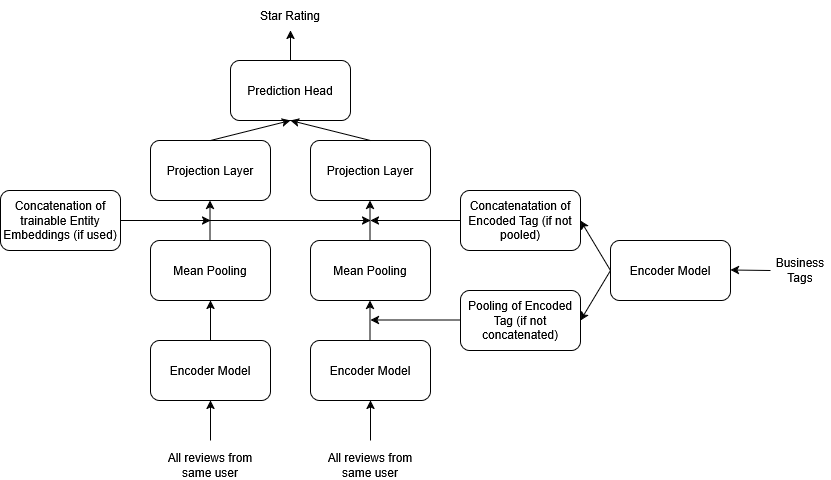
Above: readme_images/architecture.png in symptl/yelp-two-tower-recommender (draw.io), before the change. Source tidied: cells renumbered, new cells last; positions are measured from the earlier drawing's top-left corner, leaving out a move shared by most shapes.
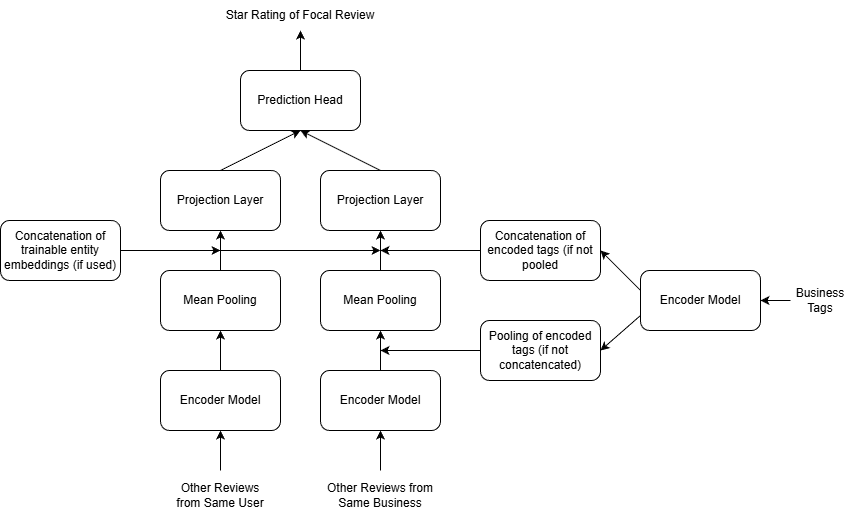
After the commit.

What changed in the source:
```diff
@@ -2,140 +2,137 @@
   <root>
     <mxCell id="0" />
     <mxCell id="1" parent="0" />
+    <mxCell id="33" value="Mean Pooling" style="rounded=1;whiteSpace=wrap;html=1;" parent="1" vertex="1">
+      <mxGeometry x="230" y="260" width="120" height="60" as="geometry" />
+    </mxCell>
+    <mxCell id="34" value="Encoder Model" style="rounded=1;whiteSpace=wrap;html=1;" parent="1" vertex="1">
+      <mxGeometry x="230" y="360" width="120" height="60" as="geometry" />
+    </mxCell>
+    <mxCell id="35" value="Projection Layer" style="rounded=1;whiteSpace=wrap;html=1;" parent="1" vertex="1">
+      <mxGeometry x="230" y="160" width="120" height="60" as="geometry" />
+    </mxCell>
     <mxCell id="2" value="Prediction Head" style="rounded=1;whiteSpace=wrap;html=1;" parent="1" vertex="1">
-      <mxGeometry x="230" y="60" width="120" height="60" as="geometry" />
+      <mxGeometry x="310" y="60" width="120" height="60" as="geometry" />
     </mxCell>
-    <mxCell id="3" value="&lt;div&gt;Mean Pooling&lt;/div&gt;" style="rounded=1;whiteSpace=wrap;html=1;" parent="1" vertex="1">
-      <mxGeometry x="150" y="240" width="120" height="60" as="geometry" />
-    </mxCell>
-    <mxCell id="4" value="Projection Layer" style="rounded=1;whiteSpace=wrap;html=1;" parent="1" vertex="1">
-      <mxGeometry x="150" y="140" width="120" height="60" as="geometry" />
-    </mxCell>
-    <mxCell id="5" value="Encoder Model" style="rounded=1;whiteSpace=wrap;html=1;" parent="1" vertex="1">
-      <mxGeometry x="150" y="340" width="120" height="60" as="geometry" />
-    </mxCell>
-    <mxCell id="6" value="&lt;div&gt;Mean Pooling&lt;/div&gt;" style="rounded=1;whiteSpace=wrap;html=1;" parent="1" vertex="1">
-      <mxGeometry x="310" y="240" width="120" height="60" as="geometry" />
-    </mxCell>
-    <mxCell id="7" value="Projection Layer" style="rounded=1;whiteSpace=wrap;html=1;" parent="1" vertex="1">
-      <mxGeometry x="310" y="140" width="120" height="60" as="geometry" />
-    </mxCell>
-    <mxCell id="8" value="Encoder Model" style="rounded=1;whiteSpace=wrap;html=1;" parent="1" vertex="1">
-      <mxGeometry x="310" y="340" width="120" height="60" as="geometry" />
-    </mxCell>
-    <mxCell id="9" value="Concatenatation of Encoded Tag (if not pooled)" style="rounded=1;whiteSpace=wrap;html=1;" parent="1" vertex="1">
-      <mxGeometry x="460" y="190" width="120" height="60" as="geometry" />
-    </mxCell>
-    <mxCell id="10" value="Concatenation of trainable Entity Embeddings (if used)" style="rounded=1;whiteSpace=wrap;html=1;" parent="1" vertex="1">
-      <mxGeometry y="190" width="120" height="60" as="geometry" />
-    </mxCell>
-    <mxCell id="11" value="Pooling of Encoded Tag (if not concatenated)" style="rounded=1;whiteSpace=wrap;html=1;" parent="1" vertex="1">
-      <mxGeometry x="460" y="290" width="120" height="60" as="geometry" />
-    </mxCell>
-    <mxCell id="12" value="Encoder Model" style="rounded=1;whiteSpace=wrap;html=1;" parent="1" vertex="1">
-      <mxGeometry x="610" y="240" width="120" height="60" as="geometry" />
-    </mxCell>
+    <mxCell id="36" value="Concatenation of trainable entity embeddings (if used)" style="rounded=1;whiteSpace=wrap;html=1;" parent="1" vertex="1">
+      <mxGeometry x="70" y="210" width="120" height="60" as="geometry" />
+    </mxCell>
+    <mxCell id="37" value="Mean Pooling" style="rounded=1;whiteSpace=wrap;html=1;" parent="1" vertex="1">
+      <mxGeometry x="390" y="260" width="120" height="60" as="geometry" />
+    </mxCell>
+    <mxCell id="38" value="Encoder Model" style="rounded=1;whiteSpace=wrap;html=1;" parent="1" vertex="1">
+      <mxGeometry x="390" y="360" width="120" height="60" as="geometry" />
+    </mxCell>
+    <mxCell id="39" value="Projection Layer" style="rounded=1;whiteSpace=wrap;html=1;" parent="1" vertex="1">
+      <mxGeometry x="390" y="160" width="120" height="60" as="geometry" />
+    </mxCell>
+    <mxCell id="40" value="Concatenation of encoded tags (if not pooled" style="rounded=1;whiteSpace=wrap;html=1;" parent="1" vertex="1">
+      <mxGeometry x="550" y="210" width="120" height="60" as="geometry" />
+    </mxCell>
+    <mxCell id="41" value="Pooling of encoded tags (if not concatencated)" style="rounded=1;whiteSpace=wrap;html=1;" parent="1" vertex="1">
+      <mxGeometry x="550" y="310" width="120" height="60" as="geometry" />
+    </mxCell>
+    <mxCell id="42" value="Encoder Model" style="rounded=1;whiteSpace=wrap;html=1;" parent="1" vertex="1">
+      <mxGeometry x="710" y="260" width="120" height="60" as="geometry" />
+    </mxCell>
     <mxCell id="13" value="Business Tags" style="text;html=1;whiteSpace=wrap;strokeColor=none;fillColor=none;align=center;verticalAlign=middle;rounded=0;" parent="1" vertex="1">
-      <mxGeometry x="770" y="255" width="60" height="30" as="geometry" />
+      <mxGeometry x="860" y="275" width="60" height="30" as="geometry" />
     </mxCell>
-    <mxCell id="14" value="Star Rating" style="text;html=1;whiteSpace=wrap;strokeColor=none;fillColor=none;align=center;verticalAlign=middle;rounded=0;" parent="1" vertex="1">
-      <mxGeometry x="250" width="80" height="30" as="geometry" />
-    </mxCell>
-    <mxCell id="15" style="endArrow=classic;html=1;rounded=0;" parent="1" edge="1">
-      <mxGeometry relative="1" as="geometry">
-        <mxPoint x="210" y="440" as="sourcePoint" />
-        <mxPoint x="210" y="400" as="targetPoint" />
-      </mxGeometry>
-    </mxCell>
-    <mxCell id="16" value="All reviews from same user" style="text;html=1;whiteSpace=wrap;strokeColor=none;fillColor=none;align=center;verticalAlign=middle;rounded=0;" parent="1" vertex="1">
-      <mxGeometry x="160" y="450" width="100" height="30" as="geometry" />
-    </mxCell>
-    <mxCell id="17" style="endArrow=classic;html=1;rounded=0;" parent="1" edge="1">
-      <mxGeometry relative="1" as="geometry">
-        <mxPoint x="370" y="440" as="sourcePoint" />
-        <mxPoint x="370" y="400" as="targetPoint" />
-      </mxGeometry>
-    </mxCell>
-    <mxCell id="18" value="All reviews from same user" style="text;html=1;whiteSpace=wrap;strokeColor=none;fillColor=none;align=center;verticalAlign=middle;rounded=0;" parent="1" vertex="1">
-      <mxGeometry x="320" y="450" width="100" height="30" as="geometry" />
-    </mxCell>
-    <mxCell id="19" style="endArrow=classic;html=1;rounded=0;entryX=0.5;entryY=1;entryDx=0;entryDy=0;" parent="1" edge="1" target="14">
-      <mxGeometry relative="1" as="geometry">
-        <mxPoint x="290" y="60" as="sourcePoint" />
-      </mxGeometry>
-    </mxCell>
-    <mxCell id="20" style="endArrow=classic;html=1;rounded=0;entryX=0.5;entryY=1;entryDx=0;entryDy=0;" parent="1" edge="1" target="3">
-      <mxGeometry relative="1" as="geometry">
-        <mxPoint x="210" y="340" as="sourcePoint" />
-      </mxGeometry>
-    </mxCell>
-    <mxCell id="21" style="endArrow=classic;html=1;rounded=0;" parent="1" edge="1">
-      <mxGeometry relative="1" as="geometry">
-        <mxPoint x="369.5" y="340" as="sourcePoint" />
-        <mxPoint x="369.5" y="300" as="targetPoint" />
-        <Array as="points">
-          <mxPoint x="369.5" y="320" />
-        </Array>
-      </mxGeometry>
-    </mxCell>
-    <mxCell id="22" style="endArrow=classic;html=1;rounded=0;" parent="1" edge="1">
-      <mxGeometry relative="1" as="geometry">
-        <mxPoint x="209.5" y="240" as="sourcePoint" />
-        <mxPoint x="209.5" y="200" as="targetPoint" />
-      </mxGeometry>
-    </mxCell>
-    <mxCell id="23" style="endArrow=classic;html=1;rounded=0;" parent="1" edge="1">
-      <mxGeometry relative="1" as="geometry">
-        <mxPoint x="369.5" y="240" as="sourcePoint" />
-        <mxPoint x="369.5" y="200" as="targetPoint" />
-      </mxGeometry>
-    </mxCell>
-    <mxCell id="24" style="endArrow=classic;html=1;rounded=0;" parent="1" edge="1">
-      <mxGeometry relative="1" as="geometry">
-        <mxPoint x="120" y="220" as="sourcePoint" />
-        <mxPoint x="370" y="220" as="targetPoint" />
-      </mxGeometry>
-    </mxCell>
-    <mxCell id="25" style="endArrow=classic;html=1;rounded=0;" parent="1" edge="1">
-      <mxGeometry relative="1" as="geometry">
-        <mxPoint x="120" y="220" as="sourcePoint" />
-        <mxPoint x="210" y="220" as="targetPoint" />
-      </mxGeometry>
-    </mxCell>
-    <mxCell id="26" style="endArrow=classic;html=1;rounded=0;" parent="1" edge="1">
-      <mxGeometry relative="1" as="geometry">
-        <mxPoint x="460" y="220" as="sourcePoint" />
-        <mxPoint x="370" y="220" as="targetPoint" />
-      </mxGeometry>
-    </mxCell>
-    <mxCell id="27" style="endArrow=classic;html=1;rounded=0;" parent="1" edge="1">
-      <mxGeometry relative="1" as="geometry">
-        <mxPoint x="460" y="319.5" as="sourcePoint" />
-        <mxPoint x="370" y="319.5" as="targetPoint" />
-      </mxGeometry>
-    </mxCell>
-    <mxCell id="28" style="endArrow=classic;html=1;rounded=0;entryX=1;entryY=0.5;entryDx=0;entryDy=0;" parent="1" edge="1" target="9">
-      <mxGeometry relative="1" as="geometry">
-        <mxPoint x="610" y="270" as="sourcePoint" />
-      </mxGeometry>
-    </mxCell>
-    <mxCell id="29" style="endArrow=classic;html=1;rounded=0;exitX=0;exitY=0.5;exitDx=0;exitDy=0;entryX=1;entryY=0.5;entryDx=0;entryDy=0;" parent="1" edge="1" source="12" target="11">
-      <mxGeometry relative="1" as="geometry" />
-    </mxCell>
-    <mxCell id="30" style="endArrow=classic;html=1;rounded=0;exitX=0;exitY=0.5;exitDx=0;exitDy=0;" parent="1" edge="1" source="13">
-      <mxGeometry relative="1" as="geometry">
-        <mxPoint x="730" y="269.5" as="targetPoint" />
-      </mxGeometry>
-    </mxCell>
-    <mxCell id="31" style="endArrow=classic;html=1;rounded=0;entryX=0.5;entryY=1;entryDx=0;entryDy=0;" parent="1" edge="1" target="2">
-      <mxGeometry relative="1" as="geometry">
-        <mxPoint x="210" y="140" as="sourcePoint" />
-      </mxGeometry>
-    </mxCell>
-    <mxCell id="32" style="endArrow=classic;html=1;rounded=0;entryX=0.5;entryY=1;entryDx=0;entryDy=0;" parent="1" edge="1" target="2">
-      <mxGeometry relative="1" as="geometry">
-        <mxPoint x="370" y="140" as="sourcePoint" />
-      </mxGeometry>
-    </mxCell>
+    <mxCell id="43" style="endArrow=classic;html=1;rounded=0;entryX=0.5;entryY=1;entryDx=0;entryDy=0;" parent="1" edge="1" target="33">
+      <mxGeometry relative="1" as="geometry">
+        <mxPoint x="290" y="360" as="sourcePoint" />
+      </mxGeometry>
+    </mxCell>
+    <mxCell id="44" style="endArrow=classic;html=1;rounded=0;entryX=0.5;entryY=1;entryDx=0;entryDy=0;" parent="1" edge="1" target="35">
+      <mxGeometry relative="1" as="geometry">
+        <mxPoint x="290" y="260" as="sourcePoint" />
+      </mxGeometry>
+    </mxCell>
+    <mxCell id="45" style="endArrow=classic;html=1;rounded=0;entryX=0.5;entryY=1;entryDx=0;entryDy=0;" parent="1" edge="1" target="39">
+      <mxGeometry relative="1" as="geometry">
+        <mxPoint x="450" y="260" as="sourcePoint" />
+      </mxGeometry>
+    </mxCell>
+    <mxCell id="46" style="endArrow=classic;html=1;rounded=0;entryX=0.5;entryY=1;entryDx=0;entryDy=0;" parent="1" edge="1" target="37">
+      <mxGeometry relative="1" as="geometry">
+        <mxPoint x="450" y="360" as="sourcePoint" />
+      </mxGeometry>
+    </mxCell>
+    <mxCell id="47" style="endArrow=classic;html=1;rounded=0;" parent="1" edge="1">
+      <mxGeometry relative="1" as="geometry">
+        <mxPoint x="190" y="240" as="sourcePoint" />
+        <mxPoint x="450" y="240" as="targetPoint" />
+      </mxGeometry>
+    </mxCell>
+    <mxCell id="48" style="endArrow=classic;html=1;rounded=0;" parent="1" edge="1">
+      <mxGeometry relative="1" as="geometry">
+        <mxPoint x="190" y="240" as="sourcePoint" />
+        <mxPoint x="290" y="240" as="targetPoint" />
+      </mxGeometry>
+    </mxCell>
+    <mxCell id="49" style="endArrow=classic;html=1;rounded=0;" parent="1" edge="1">
+      <mxGeometry relative="1" as="geometry">
+        <mxPoint x="550" y="240" as="sourcePoint" />
+        <mxPoint x="450" y="240" as="targetPoint" />
+      </mxGeometry>
+    </mxCell>
+    <mxCell id="50" style="endArrow=classic;html=1;rounded=0;entryX=1;entryY=0.5;entryDx=0;entryDy=0;" parent="1" edge="1" target="42">
+      <mxGeometry relative="1" as="geometry">
+        <mxPoint x="860" y="290" as="sourcePoint" />
+      </mxGeometry>
+    </mxCell>
+    <mxCell id="51" style="endArrow=classic;html=1;rounded=0;entryX=1;entryY=0.5;entryDx=0;entryDy=0;" parent="1" edge="1" target="41">
+      <mxGeometry relative="1" as="geometry">
+        <mxPoint x="710" y="305" as="sourcePoint" />
+      </mxGeometry>
+    </mxCell>
+    <mxCell id="52" style="endArrow=classic;html=1;rounded=0;" parent="1" edge="1">
+      <mxGeometry relative="1" as="geometry">
+        <mxPoint x="550" y="340" as="sourcePoint" />
+        <mxPoint x="450" y="340" as="targetPoint" />
+      </mxGeometry>
+    </mxCell>
+    <mxCell id="53" style="endArrow=classic;html=1;rounded=0;entryX=1;entryY=0.5;entryDx=0;entryDy=0;" parent="1" edge="1" target="40">
+      <mxGeometry relative="1" as="geometry">
+        <mxPoint x="710" y="280" as="sourcePoint" />
+      </mxGeometry>
+    </mxCell>
+    <mxCell id="54" style="endArrow=classic;html=1;rounded=0;entryX=0.5;entryY=1;entryDx=0;entryDy=0;" parent="1" edge="1" target="2">
+      <mxGeometry relative="1" as="geometry">
+        <mxPoint x="290" y="160" as="sourcePoint" />
+      </mxGeometry>
+    </mxCell>
+    <mxCell id="55" style="endArrow=classic;html=1;rounded=0;entryX=0.5;entryY=1;entryDx=0;entryDy=0;" parent="1" edge="1" target="2">
+      <mxGeometry relative="1" as="geometry">
+        <mxPoint x="450" y="160" as="sourcePoint" />
+      </mxGeometry>
+    </mxCell>
+    <mxCell id="56" style="endArrow=classic;html=1;rounded=0;" parent="1" edge="1">
+      <mxGeometry relative="1" as="geometry">
+        <mxPoint x="370" y="60" as="sourcePoint" />
+        <mxPoint x="370" y="20" as="targetPoint" />
+      </mxGeometry>
+    </mxCell>
+    <mxCell id="57" value="Star Rating of Focal Review" style="text;html=1;whiteSpace=wrap;strokeColor=none;fillColor=none;align=center;verticalAlign=middle;rounded=0;" parent="1" vertex="1">
+      <mxGeometry x="290" y="-10" width="160" height="30" as="geometry" />
+    </mxCell>
+    <mxCell id="58" style="endArrow=classic;html=1;rounded=0;" parent="1" edge="1">
+      <mxGeometry relative="1" as="geometry">
+        <mxPoint x="290" y="460" as="sourcePoint" />
+        <mxPoint x="290" y="420" as="targetPoint" />
+      </mxGeometry>
+    </mxCell>
+    <mxCell id="59" style="endArrow=classic;html=1;rounded=0;" parent="1" edge="1">
+      <mxGeometry relative="1" as="geometry">
+        <mxPoint x="450" y="460" as="sourcePoint" />
+        <mxPoint x="450" y="420" as="targetPoint" />
+      </mxGeometry>
+    </mxCell>
+    <mxCell id="60" value="Other Reviews from Same User" style="text;html=1;whiteSpace=wrap;strokeColor=none;fillColor=none;align=center;verticalAlign=middle;rounded=0;" parent="1" vertex="1">
+      <mxGeometry x="240" y="470" width="100" height="30" as="geometry" />
+    </mxCell>
+    <mxCell id="61" value="Other Reviews from Same Business" style="text;html=1;whiteSpace=wrap;strokeColor=none;fillColor=none;align=center;verticalAlign=middle;rounded=0;" parent="1" vertex="1">
+      <mxGeometry x="390" y="470" width="120" height="30" as="geometry" />
+    </mxCell>
   </root>
 </mxGraphModel>
```
